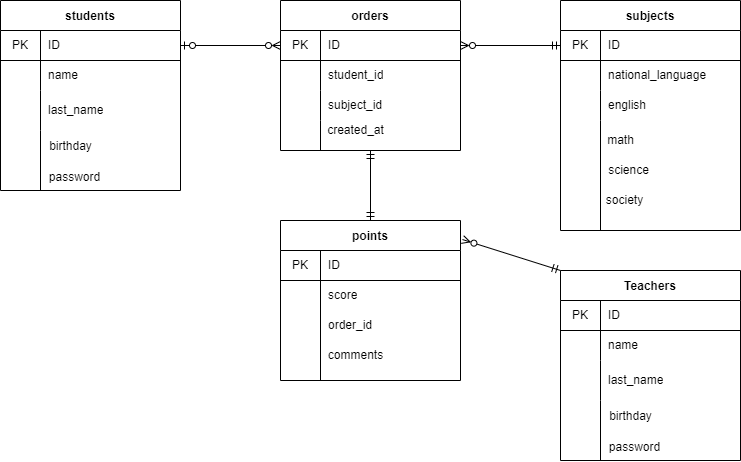
This is 20221128iwami.drawio.png from Orihama-kajiki/ER, a draw.io export, as it was before one commit. Source tidied: cells renumbered, new cells last; positions are measured from the earlier drawing's top-left corner, leaving out a move shared by most shapes.
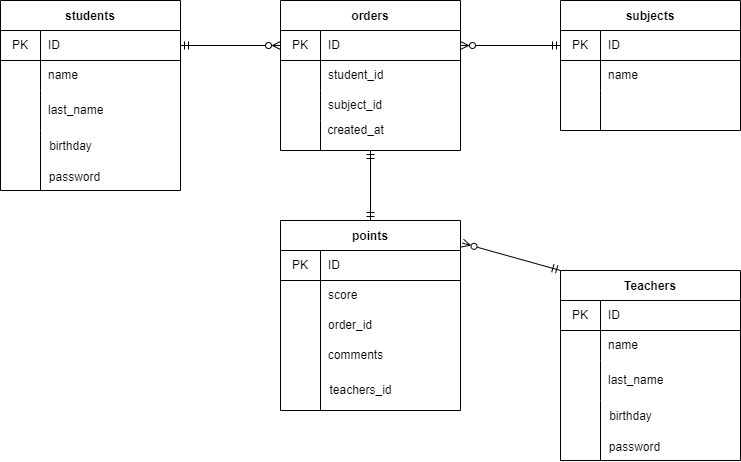
Above is the later version.

Commit message:
添削内容を元に再度修正しました。

The edit, as a diff of the source:
```diff
@@ -69,7 +69,7 @@
       <mxGeometry x="40" width="140" height="30" as="geometry" />
     </mxCell>
     <mxCell id="23" value="subjects" style="shape=table;startSize=30;rowLines=0;fontStyle=1;align=center;" parent="1" vertex="1">
-      <mxGeometry x="560" width="180" height="230" as="geometry" />
+      <mxGeometry x="560" width="180" height="130" as="geometry" />
     </mxCell>
     <mxCell id="24" style="shape=partialRectangle;html=1;whiteSpace=wrap;fillColor=none;top=0;left=0;bottom=1;right=0;points=[[0,0.5],[1,0.5]];portConstraint=eastwest;" parent="23" vertex="1">
       <mxGeometry y="30" width="180" height="30" as="geometry" />
@@ -86,34 +86,16 @@
     <mxCell id="28" style="shape=partialRectangle;html=1;whiteSpace=wrap;fillColor=none;top=0;left=0;bottom=0;right=0;overflow=hidden;" parent="27" vertex="1">
       <mxGeometry width="40" height="30" as="geometry" />
     </mxCell>
-    <mxCell id="29" value="national_language" style="shape=partialRectangle;html=1;whiteSpace=wrap;fillColor=none;top=0;left=0;bottom=0;right=0;align=left;spacingLeft=6;overflow=hidden;" parent="27" vertex="1">
+    <mxCell id="29" value="name" style="shape=partialRectangle;html=1;whiteSpace=wrap;fillColor=none;top=0;left=0;bottom=0;right=0;align=left;spacingLeft=6;overflow=hidden;" parent="27" vertex="1">
       <mxGeometry x="40" width="140" height="30" as="geometry" />
     </mxCell>
-    <mxCell id="30" style="shape=partialRectangle;html=1;whiteSpace=wrap;fillColor=none;top=0;left=0;bottom=0;right=0;" parent="23" vertex="1">
-      <mxGeometry y="90" width="180" height="30" as="geometry" />
-    </mxCell>
-    <mxCell id="31" style="shape=partialRectangle;html=1;whiteSpace=wrap;fillColor=none;top=0;left=0;bottom=0;right=0;overflow=hidden;" parent="30" vertex="1">
-      <mxGeometry width="40" height="30" as="geometry" />
-    </mxCell>
-    <mxCell id="32" value="english" style="shape=partialRectangle;html=1;whiteSpace=wrap;fillColor=none;top=0;left=0;bottom=0;right=0;align=left;spacingLeft=6;overflow=hidden;" parent="30" vertex="1">
-      <mxGeometry x="40" width="140" height="30" as="geometry" />
-    </mxCell>
-    <mxCell id="33" value="math" style="text;html=1;align=center;verticalAlign=middle;strokeColor=none;fillColor=none;" parent="1" vertex="1">
-      <mxGeometry x="600" y="130" width="40" height="20" as="geometry" />
-    </mxCell>
-    <mxCell id="34" value="science" style="text;html=1;align=center;verticalAlign=middle;strokeColor=none;fillColor=none;" parent="1" vertex="1">
-      <mxGeometry x="598" y="160" width="60" height="20" as="geometry" />
-    </mxCell>
-    <mxCell id="35" value="society" style="text;html=1;align=center;verticalAlign=middle;strokeColor=none;fillColor=none;" parent="1" vertex="1">
-      <mxGeometry x="599" y="190" width="50" height="20" as="geometry" />
-    </mxCell>
     <mxCell id="36" value="birthday" style="text;html=1;align=center;verticalAlign=middle;strokeColor=none;fillColor=none;" parent="1" vertex="1">
       <mxGeometry x="40" y="136" width="60" height="20" as="geometry" />
     </mxCell>
     <mxCell id="37" style="edgeStyle=none;html=1;exitX=0;exitY=0.5;exitDx=0;exitDy=0;entryX=1;entryY=0.5;entryDx=0;entryDy=0;startArrow=ERmandOne;startFill=0;endArrow=ERzeroToMany;endFill=0;" parent="1" edge="1" source="24" target="14">
       <mxGeometry relative="1" as="geometry" />
     </mxCell>
-    <mxCell id="38" style="edgeStyle=none;html=1;exitX=1;exitY=0.5;exitDx=0;exitDy=0;entryX=0;entryY=0.5;entryDx=0;entryDy=0;startArrow=ERzeroToOne;startFill=0;endArrow=ERzeroToMany;endFill=0;" parent="1" edge="1" source="3" target="14">
+    <mxCell id="38" style="edgeStyle=none;html=1;exitX=1;exitY=0.5;exitDx=0;exitDy=0;entryX=0;entryY=0.5;entryDx=0;entryDy=0;startArrow=ERmandOne;startFill=0;endArrow=ERzeroToMany;endFill=0;" parent="1" edge="1" source="3" target="14">
       <mxGeometry relative="1" as="geometry" />
     </mxCell>
     <mxCell id="39" value="password" style="text;html=1;align=center;verticalAlign=middle;strokeColor=none;fillColor=none;" parent="1" vertex="1">
@@ -128,7 +110,7 @@
       </mxGeometry>
     </mxCell>
     <mxCell id="42" value="points" style="shape=table;startSize=30;rowLines=0;fontStyle=1;align=center;" parent="1" vertex="1">
-      <mxGeometry x="280" y="220" width="180" height="160" as="geometry" />
+      <mxGeometry x="280" y="220" width="180" height="190" as="geometry" />
     </mxCell>
     <mxCell id="43" style="shape=partialRectangle;html=1;whiteSpace=wrap;fillColor=none;top=0;left=0;bottom=1;right=0;" parent="42" vertex="1">
       <mxGeometry y="30" width="180" height="30" as="geometry" />
@@ -168,13 +150,13 @@
     </mxCell>
     <mxCell id="54" style="endArrow=none;html=1;" parent="1" edge="1">
       <mxGeometry relative="1" as="geometry">
-        <mxPoint x="600" y="230" as="sourcePoint" />
-        <mxPoint x="600" y="120" as="targetPoint" />
+        <mxPoint x="600" y="130" as="sourcePoint" />
+        <mxPoint x="600" y="90" as="targetPoint" />
       </mxGeometry>
     </mxCell>
     <mxCell id="55" style="endArrow=none;html=1;" parent="1" edge="1">
       <mxGeometry relative="1" as="geometry">
-        <mxPoint x="320" y="380" as="sourcePoint" />
+        <mxPoint x="320" y="410" as="sourcePoint" />
         <mxPoint x="320" y="290" as="targetPoint" />
       </mxGeometry>
     </mxCell>
@@ -223,5 +205,8 @@
     <mxCell id="69" style="edgeStyle=none;html=1;entryX=1.011;entryY=0.119;entryDx=0;entryDy=0;entryPerimeter=0;exitX=0;exitY=0;exitDx=0;exitDy=0;startArrow=ERmandOne;startFill=0;endArrow=ERzeroToMany;endFill=0;" parent="1" edge="1" source="56" target="42">
       <mxGeometry relative="1" as="geometry" />
     </mxCell>
+    <mxCell id="70" value="teachers_id" style="text;html=1;align=center;verticalAlign=middle;strokeColor=none;fillColor=none;" parent="1" vertex="1">
+      <mxGeometry x="320" y="380" width="80" height="20" as="geometry" />
+    </mxCell>
   </root>
 </mxGraphModel>
```
